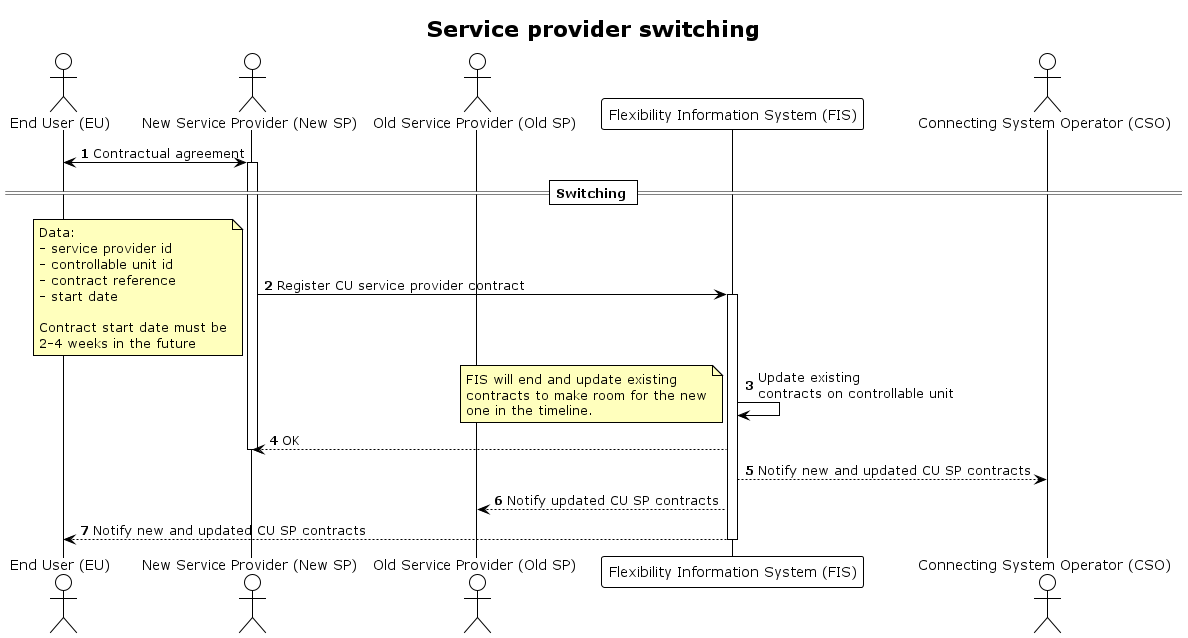
This is docs/diagrams/service_provider_switching.png from elhub/flex-information-system, a PlantUML export, as it was before one commit. Source of this version:
```plantuml
@startuml service_provider_switching
!theme plain

title Service provider switching

autonumber
skinparam note {
    BackgroundColor #FFFFBD
}

actor "End User (EU)" AS EU
actor "New Service Provider (New SP)" as SP_NEW
actor "Old Service Provider (Old SP)" as SP_OLD
participant "Flexibility Information System (FIS)" as FIS
actor "Connecting System Operator (CSO)" as CSO

EU <-> SP_NEW: Contractual agreement
activate SP_NEW


== Switching ==

SP_NEW -> FIS: Register CU service provider contract
note left
    Data:
    - service provider id
    - controllable unit id
    - contract reference
    - start date

    Contract start date must be
    2-4 weeks in the future
end note

activate FIS

FIS -> FIS: Update existing\ncontracts on controllable unit
note left
    FIS will end and update existing
    contracts to make room for the new
    one in the timeline.
end note

FIS --> SP_NEW: OK
deactivate SP_NEW

FIS --> CSO: Notify new and updated CU SP contracts
FIS --> SP_OLD: Notify updated CU SP contracts
FIS --> EU: Notify new and updated CU SP contracts

deactivate FIS

@enduml
```
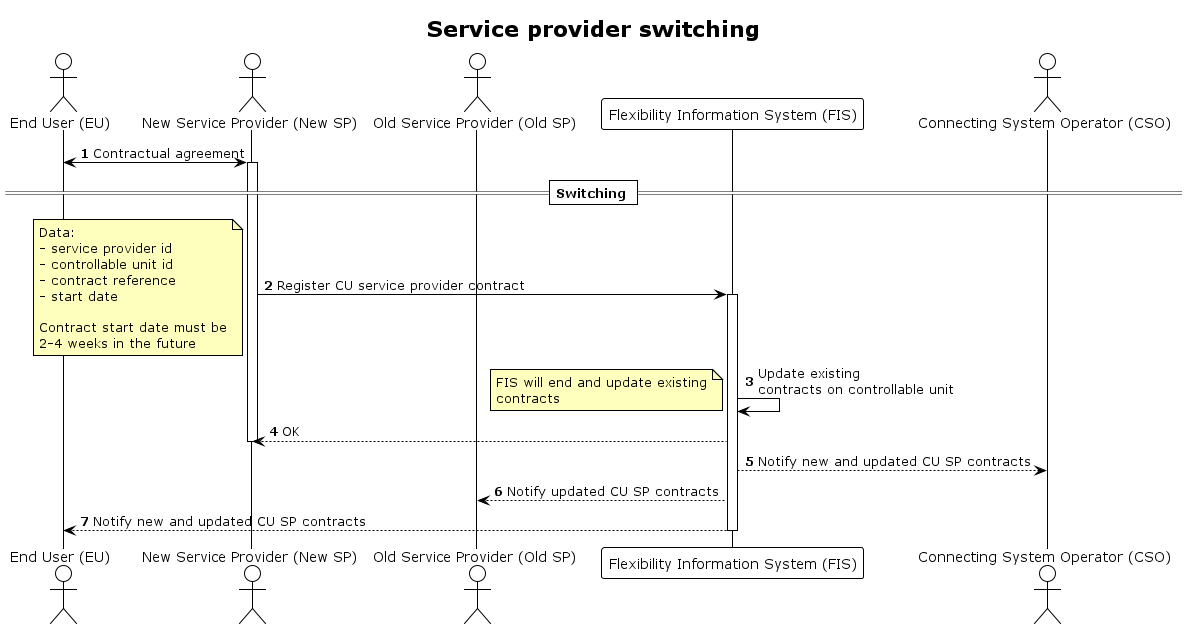
The same file after the commit.

Commit message:
Updated switching and lookup

What changed in the source:
```diff
@@ -37,8 +37,7 @@
 FIS -> FIS: Update existing\ncontracts on controllable unit
 note left
     FIS will end and update existing
-    contracts to make room for the new
-    one in the timeline.
+    contracts
 end note
 
 FIS --> SP_NEW: OK
```
